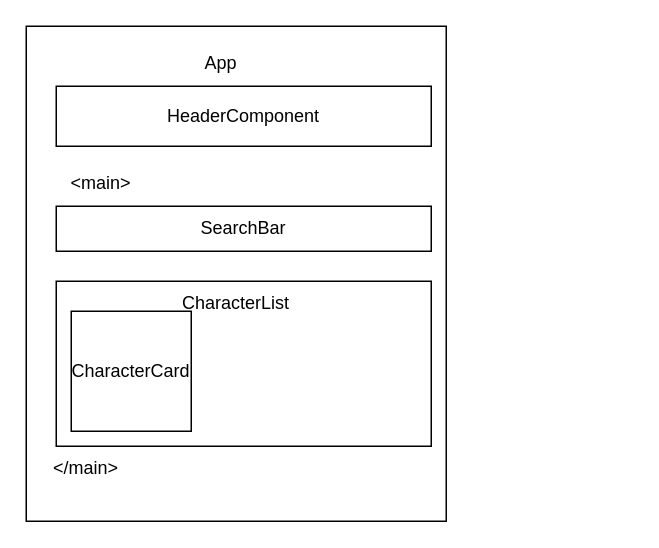
This is struttura.drawio from classe-92/rickmorty, a draw.io file, before an edit. Source tidied: cells renumbered, new cells numbered last; positions are measured from the earlier drawing's top-left corner, leaving out a move shared by most shapes. Both pictures are drawn from the tidied source at 150%, with x=0, y=0 at pixel (26, 26).
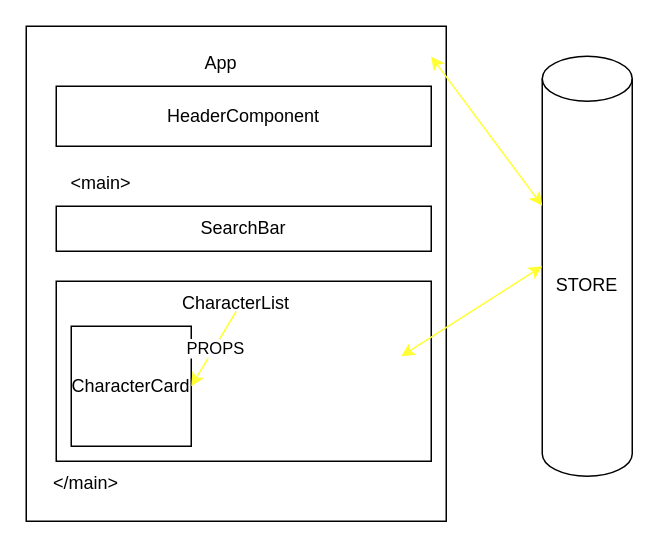
The same diagram, later.

What changed in the source:
```diff
@@
 <mxGraphModel>
   <root>
     <mxCell id="0" />
     <mxCell id="1" parent="0" />
     <mxCell id="2" style="rounded=0;whiteSpace=wrap;html=1;" parent="1" vertex="1">
       <mxGeometry width="280" height="330" as="geometry" />
     </mxCell>
     <mxCell id="3" value="App" style="text;html=1;strokeColor=none;fillColor=none;align=center;verticalAlign=middle;whiteSpace=wrap;rounded=0;" parent="1" vertex="1">
       <mxGeometry x="100" y="10" width="60" height="30" as="geometry" />
     </mxCell>
     <mxCell id="4" value="HeaderComponent" style="rounded=0;whiteSpace=wrap;html=1;" parent="1" vertex="1">
       <mxGeometry x="20" y="40" width="250" height="40" as="geometry" />
     </mxCell>
     <mxCell id="5" value="&amp;lt;main&amp;gt;" style="text;html=1;strokeColor=none;fillColor=none;align=center;verticalAlign=middle;whiteSpace=wrap;rounded=0;" parent="1" vertex="1">
       <mxGeometry x="20" y="90" width="60" height="30" as="geometry" />
     </mxCell>
     <mxCell id="6" value="&amp;lt;/main&amp;gt;" style="text;html=1;strokeColor=none;fillColor=none;align=center;verticalAlign=middle;whiteSpace=wrap;rounded=0;" parent="1" vertex="1">
-      <mxGeometry x="10" y="280" width="60" height="30" as="geometry" />
+      <mxGeometry x="10" y="290" width="60" height="30" as="geometry" />
     </mxCell>
     <mxCell id="7" value="SearchBar" style="rounded=0;whiteSpace=wrap;html=1;" parent="1" vertex="1">
       <mxGeometry x="20" y="120" width="250" height="30" as="geometry" />
     </mxCell>
     <mxCell id="8" style="rounded=0;whiteSpace=wrap;html=1;" parent="1" vertex="1">
-      <mxGeometry x="20" y="170" width="250" height="110" as="geometry" />
+      <mxGeometry x="20" y="170" width="250" height="120" as="geometry" />
     </mxCell>
     <mxCell id="9" value="CharacterList" style="text;html=1;strokeColor=none;fillColor=none;align=center;verticalAlign=middle;whiteSpace=wrap;rounded=0;" parent="1" vertex="1">
       <mxGeometry x="90" y="170" width="100" height="30" as="geometry" />
     </mxCell>
     <mxCell id="10" value="CharacterCard" style="whiteSpace=wrap;html=1;" parent="1" vertex="1">
-      <mxGeometry x="30" y="190" width="80" height="80" as="geometry" />
+      <mxGeometry x="30" y="200" width="80" height="80" as="geometry" />
     </mxCell>
+    <mxCell id="11" value="STORE" style="shape=cylinder3;whiteSpace=wrap;html=1;boundedLbl=1;backgroundOutline=1;size=15;" parent="1" vertex="1">
+      <mxGeometry x="344" y="20" width="60" height="280" as="geometry" />
+    </mxCell>
+    <mxCell id="12" style="endArrow=classic;html=1;strokeColor=#FFFF33;entryX=1;entryY=0.5;entryDx=0;entryDy=0;" parent="1" edge="1" target="10">
+      <mxGeometry relative="1" as="geometry">
+        <mxPoint x="140" y="190" as="sourcePoint" />
+      </mxGeometry>
+    </mxCell>
+    <mxCell id="13" value="PROPS" style="edgeLabel;html=1;align=center;verticalAlign=middle;" parent="12" vertex="1">
+      <mxGeometry relative="1" as="geometry" />
+    </mxCell>
+    <mxCell id="14" style="endArrow=classic;startArrow=classic;html=1;strokeColor=#FFFF33;exitX=0.964;exitY=0.061;exitDx=0;exitDy=0;exitPerimeter=0;" parent="1" edge="1" source="2" target="11">
+      <mxGeometry relative="1" as="geometry" />
+    </mxCell>
+    <mxCell id="15" style="endArrow=classic;startArrow=classic;html=1;strokeColor=#FFFF33;exitX=0.92;exitY=0.417;exitDx=0;exitDy=0;exitPerimeter=0;entryX=0;entryY=0.5;entryDx=0;entryDy=0;entryPerimeter=0;" parent="1" edge="1" source="8" target="11">
+      <mxGeometry relative="1" as="geometry" />
+    </mxCell>
   </root>
 </mxGraphModel>
```
